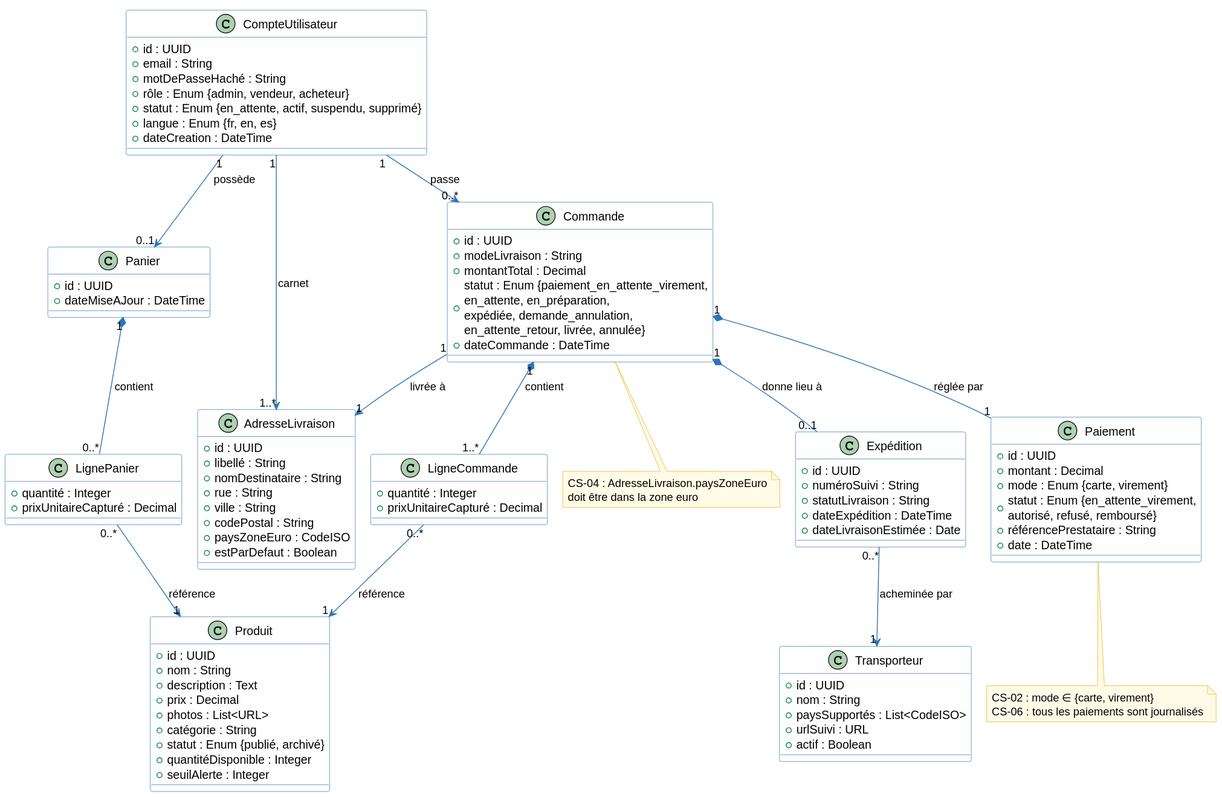
This is architecture/02-system-analysis/diagrams/sa-classes.svg from louistalvande/online_shop, a PlantUML export, as it was before one commit.
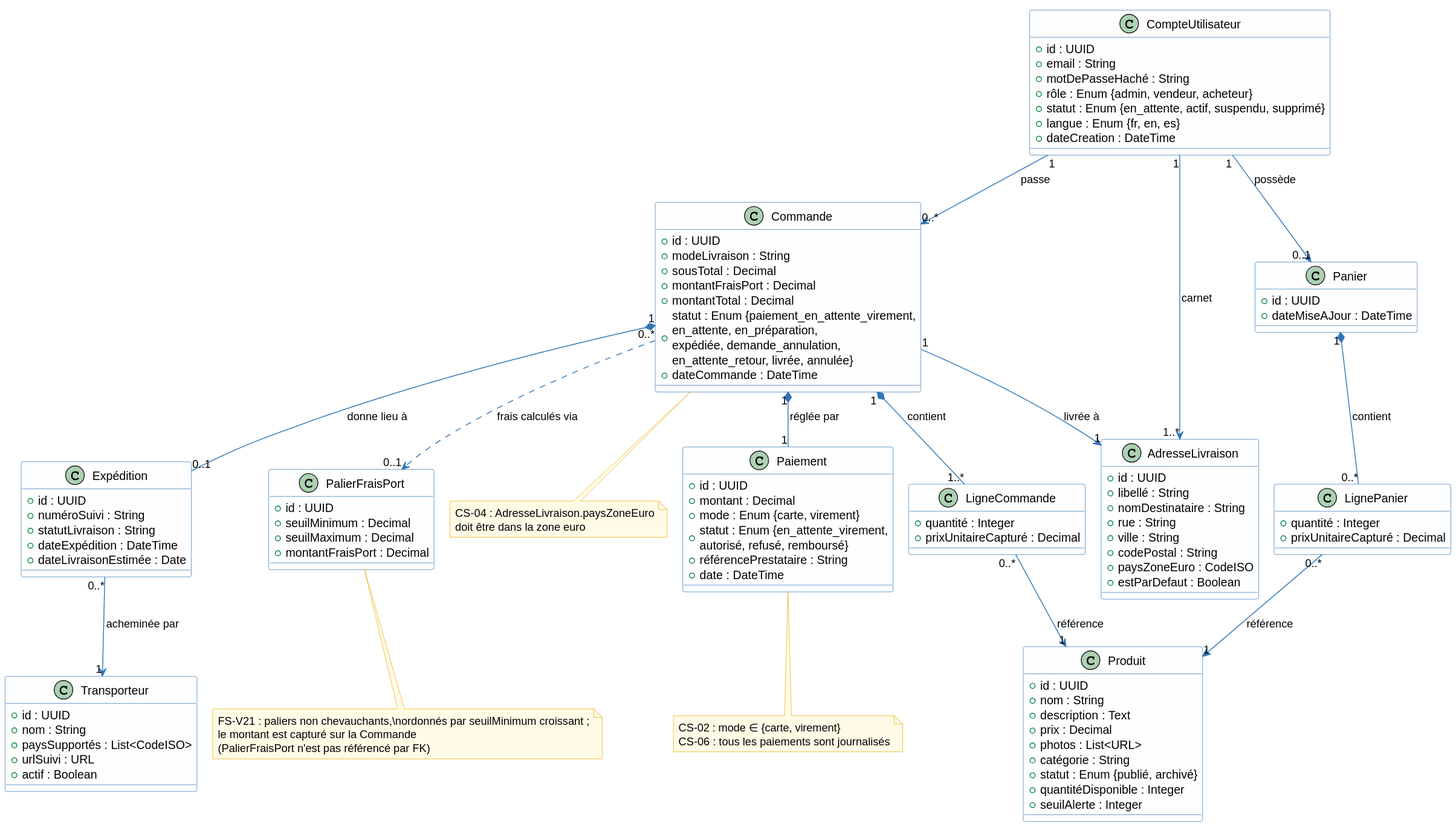
Above is the later version.

The edit, as a diff of the source:
```diff
@@ -45,9 +45,18 @@
 class Commande {
   + id : UUID
   + modeLivraison : String
+  + sousTotal : Decimal
+  + montantFraisPort : Decimal
   + montantTotal : Decimal
   + statut : Enum {paiement_en_attente_virement,\nen_attente, en_préparation,\nexpédiée, demande_annulation,\nen_attente_retour, livrée, annulée}
   + dateCommande : DateTime
+}
+
+class PalierFraisPort {
+  + id : UUID
+  + seuilMinimum : Decimal
+  + seuilMaximum : Decimal
+  + montantFraisPort : Decimal
 }
 
 class Paiement {
@@ -97,6 +106,7 @@
 Commande "1" *-- "0..1" Expédition : donne lieu à
 Commande "1" --> "1" AdresseLivraison : livrée à
 Expédition "0..*" --> "1" Transporteur : acheminée par
+Commande "0..*" ..> "0..1" PalierFraisPort : frais calculés via
 
 note bottom of Commande
   CS-04 : AdresseLivraison.paysZoneEuro
@@ -107,4 +117,10 @@
   CS-02 : mode ∈ {carte, virement}
   CS-06 : tous les paiements sont journalisés
 end note
+
+note bottom of PalierFraisPort
+  FS-V21 : paliers non chevauchants,\nordonnés par seuilMinimum croissant ;
+  le montant est capturé sur la Commande
+  (PalierFraisPort n'est pas référencé par FK)
+end note
 @enduml
```
